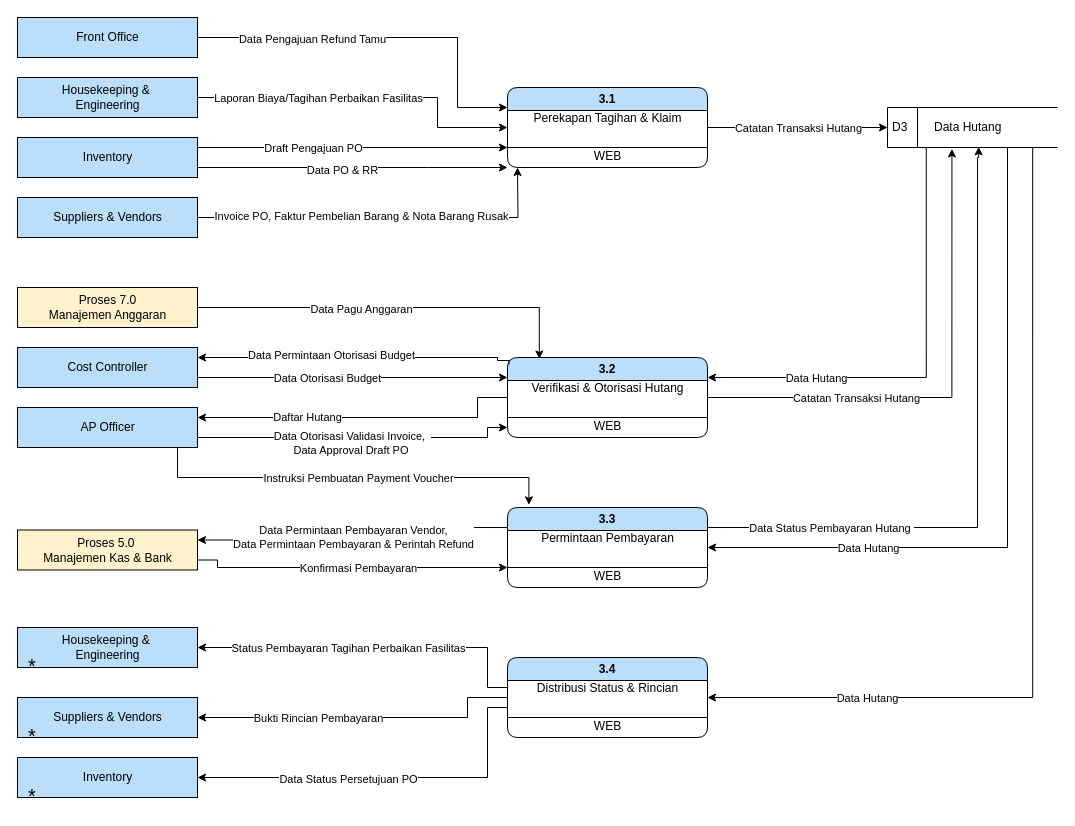
This is page "Copy of DFD LVL 1-Hutang" (14 of 14) of DFD-FINANCE-MARU.drawio from elikawicaksana/BuildIT_BasisData, a draw.io file, before an edit. Source tidied: cells renumbered, new cells numbered last; positions are measured from the earlier drawing's top-left corner, leaving out a move shared by most shapes. Both pictures are drawn from the tidied source at 100%, with x=0, y=0 at pixel (17, 17).
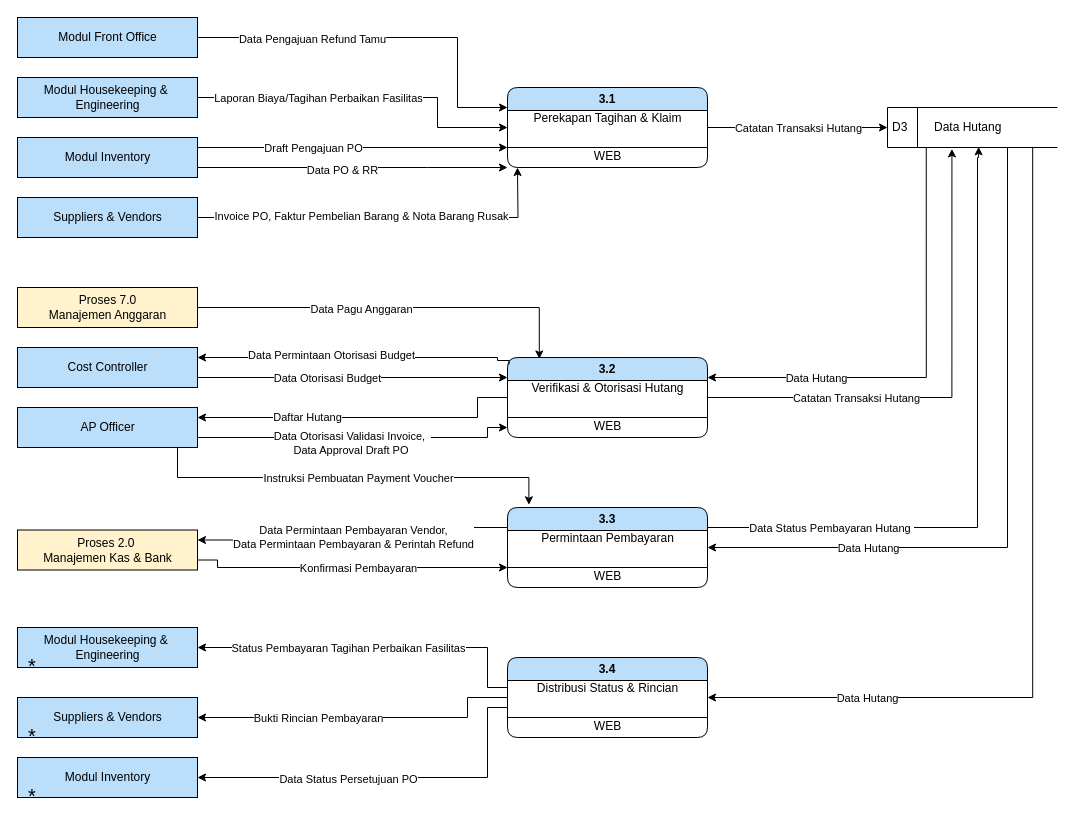
The same page after the edit.

The change refers to these unchanged cells:
```xml
<mxCell id="21" style="group;" parent="1" vertex="1">
  <mxGeometry x="30" y="120" width="150" height="40" as="geometry" />
</mxCell>
<mxCell id="24" style="group;" parent="1" vertex="1">
  <mxGeometry x="30" width="150" height="40" as="geometry" />
</mxCell>
<mxCell id="27" style="group;" parent="1" vertex="1">
  <mxGeometry x="30" y="60" width="150" height="40" as="geometry" />
</mxCell>
<mxCell id="64" style="group;" parent="1" vertex="1">
  <mxGeometry y="512.5" width="180" height="40" as="geometry" />
</mxCell>
<mxCell id="81" style="group;" parent="1" vertex="1">
  <mxGeometry x="30" y="610" width="150" height="40" as="geometry" />
</mxCell>
<mxCell id="99" style="group;" parent="98" vertex="1">
  <mxGeometry x="30" width="150" height="40" as="geometry" />
</mxCell>
```

What changed in the source:
```diff
@@
-    <mxCell id="23" value="Inventory" style="text;html=1;align=center;verticalAlign=middle;strokeColor=none;fillColor=none;" parent="21" vertex="1">
-      <mxGeometry x="25" y="5" width="70" height="30" as="geometry" />
+    <mxCell id="23" value="Modul Inventory" style="text;html=1;align=center;verticalAlign=middle;strokeColor=none;fillColor=none;" parent="21" vertex="1">
+      <mxGeometry x="5" y="5" width="110" height="30" as="geometry" />
     </mxCell>
@@
-    <mxCell id="26" value="Front Office" style="text;html=1;align=center;verticalAlign=middle;strokeColor=none;fillColor=none;" parent="24" vertex="1">
-      <mxGeometry x="15" y="5" width="90" height="30" as="geometry" />
+    <mxCell id="26" value="Modul Front Office" style="text;html=1;align=center;verticalAlign=middle;strokeColor=none;fillColor=none;" parent="24" vertex="1">
+      <mxGeometry y="5" width="120" height="30" as="geometry" />
     </mxCell>
@@
-    <mxCell id="29" value="Housekeeping &amp;amp;&amp;nbsp;&lt;div&gt;Engineering&lt;/div&gt;" style="text;html=1;align=center;verticalAlign=middle;strokeColor=none;fillColor=none;" parent="27" vertex="1">
-      <mxGeometry x="5" width="110" height="40" as="geometry" />
+    <mxCell id="29" value="Modul Housekeeping &amp;amp;&amp;nbsp;&lt;div&gt;Engineering&lt;/div&gt;" style="text;html=1;align=center;verticalAlign=middle;strokeColor=none;fillColor=none;" parent="27" vertex="1">
+      <mxGeometry x="-15" width="150" height="40" as="geometry" />
     </mxCell>
@@
-    <mxCell id="66" value="Proses 5.0&amp;nbsp;&lt;div&gt;Manajemen Kas &amp;amp; Bank&lt;/div&gt;" style="text;html=1;align=center;verticalAlign=middle;strokeColor=none;fillColor=none;" parent="64" vertex="1">
+    <mxCell id="66" value="Proses 2.0&amp;nbsp;&lt;div&gt;Manajemen Kas &amp;amp; Bank&lt;/div&gt;" style="text;html=1;align=center;verticalAlign=middle;strokeColor=none;fillColor=none;" parent="64" vertex="1">
       <mxGeometry x="15" width="150" height="40" as="geometry" />
     </mxCell>
@@
-    <mxCell id="83" value="Housekeeping &amp;amp;&amp;nbsp;&lt;div&gt;Engineering&lt;/div&gt;" style="text;html=1;align=center;verticalAlign=middle;strokeColor=none;fillColor=none;" parent="81" vertex="1">
-      <mxGeometry x="5" width="110" height="40" as="geometry" />
+    <mxCell id="83" value="Modul Housekeeping &amp;amp;&amp;nbsp;&lt;div&gt;Engineering&lt;/div&gt;" style="text;html=1;align=center;verticalAlign=middle;strokeColor=none;fillColor=none;" parent="81" vertex="1">
+      <mxGeometry x="-15" width="150" height="40" as="geometry" />
     </mxCell>
@@
-    <mxCell id="101" value="Inventory" style="text;html=1;align=center;verticalAlign=middle;strokeColor=none;fillColor=none;" parent="99" vertex="1">
-      <mxGeometry x="25" y="5" width="70" height="30" as="geometry" />
+    <mxCell id="101" value="Modul Inventory" style="text;html=1;align=center;verticalAlign=middle;strokeColor=none;fillColor=none;" parent="99" vertex="1">
+      <mxGeometry x="5" y="5" width="110" height="30" as="geometry" />
     </mxCell>
```
